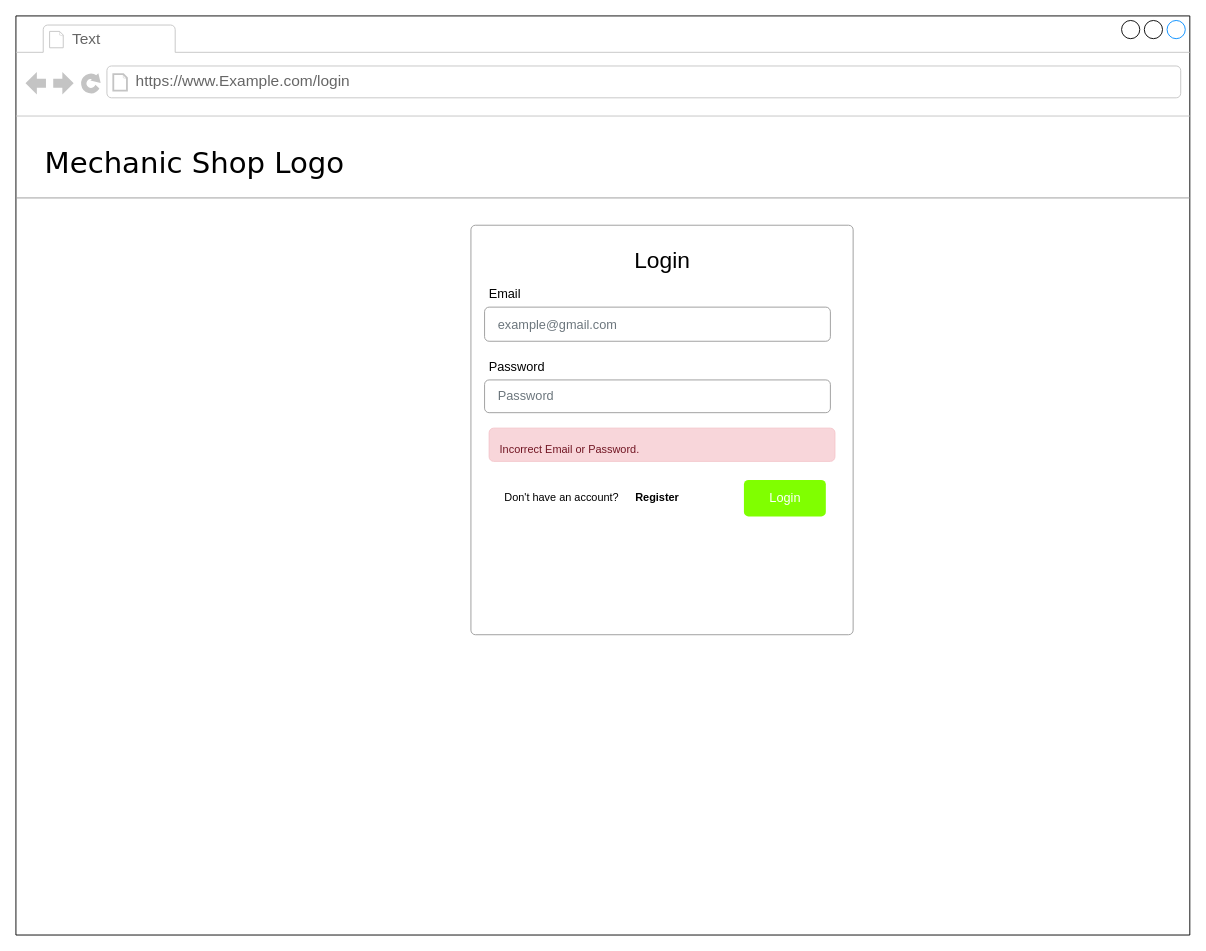
Before: Wireframe_Mockups/End-UserUI/Login.drawio in Awrmani/AutoQuotes, a draw.io diagram. Source tidied: cells renumbered, new cells numbered last; positions are measured from the earlier drawing's top-left corner, leaving out a move shared by most shapes. Both pictures are drawn from the tidied source at 91%, with x=0, y=0 at pixel (15, 15).
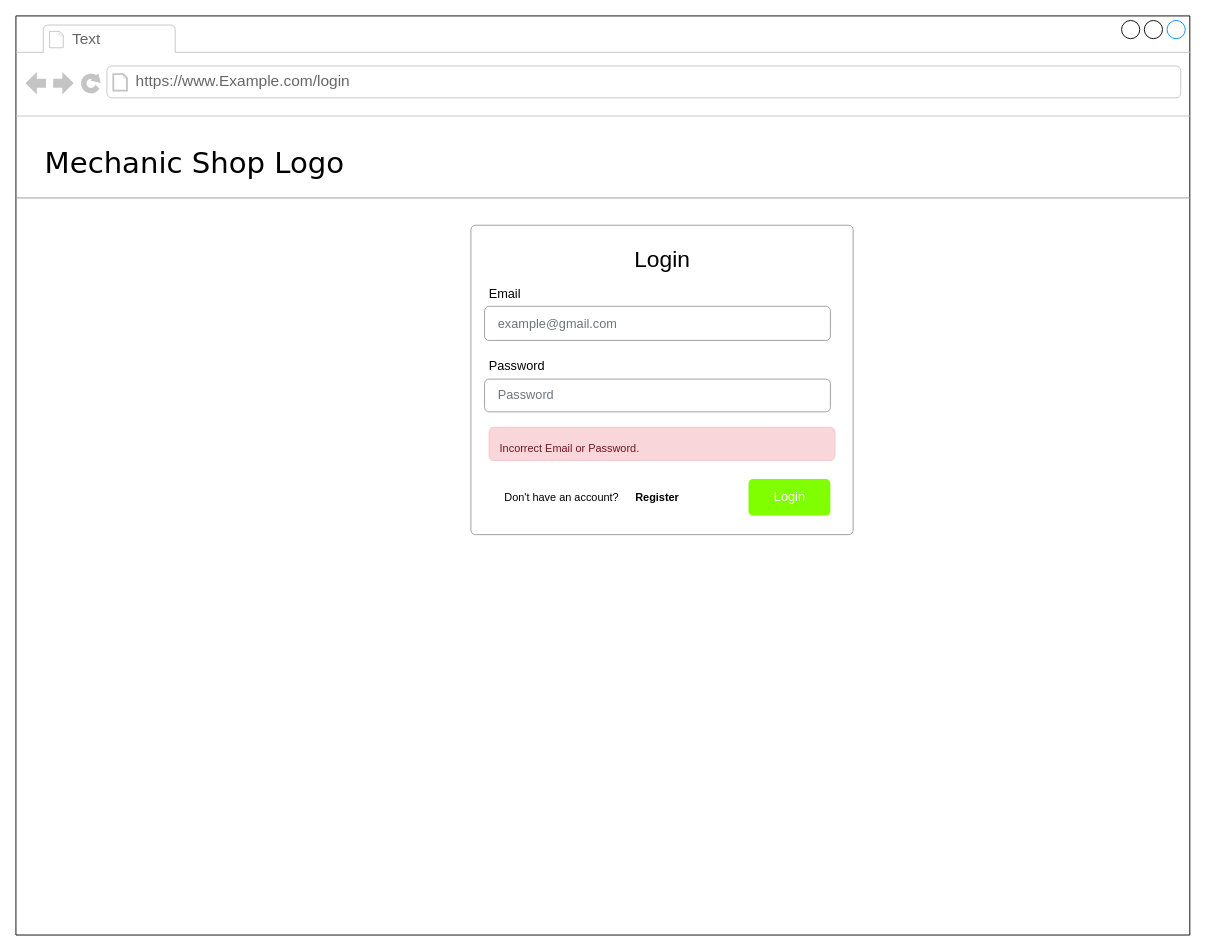
The same page after the edit.

Commit message (it also covers changes not shown here):
Add password reset form

Diff of the diagram source:
```diff
@@
 <mxGraphModel>
   <root>
     <mxCell id="0" />
     <mxCell id="1" parent="0" />
     <mxCell id="2" style="strokeWidth=1;shadow=0;dashed=0;align=left;html=1;shape=mxgraph.mockup.containers.browserWindow;rSize=0;mainText=,;rounded=0;labelBackgroundColor=none;fontFamily=Verdana;fontSize=12;" parent="1" vertex="1">
       <mxGeometry width="1290" height="1010" as="geometry" />
     </mxCell>
     <mxCell id="3" value="Text" style="strokeWidth=1;shadow=0;dashed=0;align=center;html=1;shape=mxgraph.mockup.containers.anchor;fontSize=17;fontColor=#666666;align=left;" parent="2" vertex="1">
       <mxGeometry x="60" y="12" width="150" height="28" as="geometry" />
     </mxCell>
     <mxCell id="4" value="https://www.Example.com/login" style="strokeWidth=1;shadow=0;dashed=0;align=center;html=1;shape=mxgraph.mockup.containers.anchor;rSize=0;fontSize=17;fontColor=#666666;align=left;" parent="2" vertex="1">
       <mxGeometry x="130" y="60" width="300" height="26" as="geometry" />
     </mxCell>
     <mxCell id="5" value="&lt;font style=&quot;font-size: 32px;&quot;&gt;Mechanic Shop Logo&lt;/font&gt;" style="text;html=1;align=left;verticalAlign=top;spacingTop=-4;fontSize=30;fontFamily=Verdana;" parent="2" vertex="1">
       <mxGeometry x="30" y="140" width="340" height="50" as="geometry" />
     </mxCell>
     <mxCell id="6" style="verticalLabelPosition=bottom;shadow=0;dashed=0;align=center;html=1;verticalAlign=top;strokeWidth=1;shape=mxgraph.mockup.markup.line;strokeColor=#999999;rounded=0;labelBackgroundColor=none;fillColor=#ffffff;fontFamily=Verdana;fontSize=12;fontColor=#000000;" parent="2" vertex="1">
       <mxGeometry y="190" width="1290" height="20" as="geometry" />
     </mxCell>
     <mxCell id="7" style="html=1;shadow=0;dashed=0;shape=mxgraph.bootstrap.rrect;rSize=5;fillColor=#ffffff;strokeColor=#999999;" parent="2" vertex="1">
-      <mxGeometry x="500" y="230" width="420" height="450" as="geometry" />
+      <mxGeometry x="500" y="230" width="420" height="340" as="geometry" />
     </mxCell>
-    <mxCell id="8" value="Login" style="html=1;shadow=0;dashed=0;shape=mxgraph.bootstrap.rrect;rSize=5;fillColor=#80FF00;strokeColor=none;align=center;fontSize=14;fontColor=#FFFFFF;" parent="7" vertex="1">
-      <mxGeometry width="90" height="40" relative="1" as="geometry">
-        <mxPoint x="300" y="280" as="offset" />
-      </mxGeometry>
-    </mxCell>
+    <mxCell id="11" value="example@gmail.com" style="html=1;shadow=0;dashed=0;shape=mxgraph.bootstrap.rrect;rSize=5;fillColor=none;strokeColor=#999999;align=left;spacing=15;fontSize=14;fontColor=#6C767D;" parent="2" vertex="1">
+      <mxGeometry x="515" y="319.1" width="380" height="37.5" as="geometry" />
+    </mxCell>
+    <mxCell id="10" value="Email" style="fillColor=none;strokeColor=none;align=left;spacing=20;fontSize=14;" parent="2" vertex="1">
+      <mxGeometry x="500" y="289.1" width="220" height="30" as="geometry" />
+    </mxCell>
-    <mxCell id="9" value="&lt;font style=&quot;font-size: 25px;&quot;&gt;Login&lt;/font&gt;" style="text;html=1;strokeColor=none;fillColor=none;align=center;verticalAlign=middle;whiteSpace=wrap;rounded=0;" parent="7" vertex="1">
-      <mxGeometry x="137.5" y="20.9" width="145" height="31.4" as="geometry" />
+    <mxCell id="9" value="&lt;font style=&quot;font-size: 25px;&quot;&gt;Login&lt;/font&gt;" style="text;html=1;strokeColor=none;fillColor=none;align=center;verticalAlign=middle;whiteSpace=wrap;rounded=0;" parent="2" vertex="1">
+      <mxGeometry x="637.5" y="250" width="145" height="31.4" as="geometry" />
     </mxCell>
-    <mxCell id="10" value="Email" style="fillColor=none;strokeColor=none;align=left;spacing=20;fontSize=14;" parent="7" vertex="1">
-      <mxGeometry y="60" width="220" height="30" as="geometry" />
-    </mxCell>
-    <mxCell id="11" value="example@gmail.com" style="html=1;shadow=0;dashed=0;shape=mxgraph.bootstrap.rrect;rSize=5;fillColor=none;strokeColor=#999999;align=left;spacing=15;fontSize=14;fontColor=#6C767D;" parent="7" vertex="1">
-      <mxGeometry x="15" y="90" width="380" height="37.5" as="geometry" />
-    </mxCell>
-    <mxCell id="12" value="Password" style="fillColor=none;strokeColor=none;align=left;spacing=20;fontSize=14;" parent="7" vertex="1">
-      <mxGeometry y="140" width="220" height="30" as="geometry" />
+    <mxCell id="12" value="Password" style="fillColor=none;strokeColor=none;align=left;spacing=20;fontSize=14;" parent="2" vertex="1">
+      <mxGeometry x="500" y="369.1" width="220" height="30" as="geometry" />
     </mxCell>
-    <mxCell id="13" value="Password" style="html=1;shadow=0;dashed=0;shape=mxgraph.bootstrap.rrect;rSize=5;fillColor=none;strokeColor=#999999;align=left;spacing=15;fontSize=14;fontColor=#6C767D;" parent="7" vertex="1">
-      <mxGeometry x="15" y="170" width="380" height="36" as="geometry" />
+    <mxCell id="13" value="Password" style="html=1;shadow=0;dashed=0;shape=mxgraph.bootstrap.rrect;rSize=5;fillColor=none;strokeColor=#999999;align=left;spacing=15;fontSize=14;fontColor=#6C767D;" parent="2" vertex="1">
+      <mxGeometry x="515" y="399.1" width="380" height="36" as="geometry" />
     </mxCell>
-    <mxCell id="14" value="&lt;font style=&quot;font-size: 12px; line-height: 1.2;&quot;&gt;Incorrect Email or Password.&lt;/font&gt;" style="html=1;shadow=0;dashed=0;shape=mxgraph.bootstrap.rrect;rSize=5;strokeColor=#F4C5CB;strokeWidth=1;fillColor=#F8D6DA;fontColor=#711623;whiteSpace=wrap;align=left;verticalAlign=middle;spacingLeft=10;fontSize=25;" parent="7" vertex="1">
-      <mxGeometry x="20" y="223" width="380" height="36.5" as="geometry" />
+    <mxCell id="14" value="&lt;font style=&quot;font-size: 12px; line-height: 1.2;&quot;&gt;Incorrect Email or Password.&lt;/font&gt;" style="html=1;shadow=0;dashed=0;shape=mxgraph.bootstrap.rrect;rSize=5;strokeColor=#F4C5CB;strokeWidth=1;fillColor=#F8D6DA;fontColor=#711623;whiteSpace=wrap;align=left;verticalAlign=middle;spacingLeft=10;fontSize=25;" parent="2" vertex="1">
+      <mxGeometry x="520" y="452.1" width="380" height="36.5" as="geometry" />
     </mxCell>
-    <mxCell id="15" value="Don't have an account?" style="text;html=1;strokeColor=none;fillColor=none;align=center;verticalAlign=middle;whiteSpace=wrap;rounded=0;" parent="7" vertex="1">
-      <mxGeometry x="15" y="290" width="170" height="19" as="geometry" />
+    <mxCell id="15" value="Don't have an account?" style="text;html=1;strokeColor=none;fillColor=none;align=center;verticalAlign=middle;whiteSpace=wrap;rounded=0;" parent="2" vertex="1">
+      <mxGeometry x="515" y="519.1" width="170" height="19" as="geometry" />
     </mxCell>
-    <mxCell id="16" value="&lt;b&gt;Register&lt;/b&gt;" style="text;html=1;strokeColor=none;fillColor=none;align=center;verticalAlign=middle;whiteSpace=wrap;rounded=0;" parent="7" vertex="1">
-      <mxGeometry x="175" y="290" width="60" height="19" as="geometry" />
+    <mxCell id="16" value="&lt;b&gt;Register&lt;/b&gt;" style="text;html=1;strokeColor=none;fillColor=none;align=center;verticalAlign=middle;whiteSpace=wrap;rounded=0;" parent="2" vertex="1">
+      <mxGeometry x="675" y="519.1" width="60" height="19" as="geometry" />
     </mxCell>
+    <mxCell id="8" value="Login" style="html=1;shadow=0;dashed=0;shape=mxgraph.bootstrap.rrect;rSize=5;fillColor=#80FF00;strokeColor=none;align=center;fontSize=14;fontColor=#FFFFFF;" parent="2" vertex="1">
+      <mxGeometry width="90" height="40" relative="1" as="geometry">
+        <mxPoint x="805" y="509" as="offset" />
+      </mxGeometry>
+    </mxCell>
   </root>
 </mxGraphModel>
```
